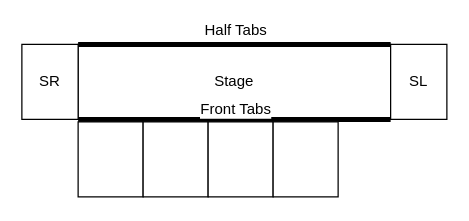
The draw.io diagram BHTC-Youth-Christmas-Showcase-2025.drawio in Oliver2081/lighting-plots, before the edit. Source tidied: cells renumbered, new cells numbered last; positions are measured from the earlier drawing's top-left corner, leaving out a move shared by most shapes. Both pictures are drawn from the tidied source at 125%, with x=0, y=0 at pixel (21, 44).
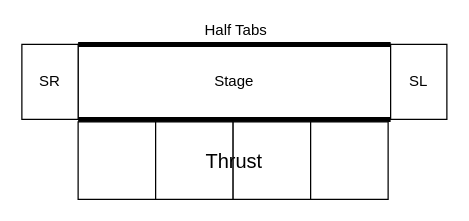
After the change.

Change to the diagram source:
```diff
@@
 <mxGraphModel>
   <root>
     <mxCell id="0" />
     <mxCell id="1" parent="0" />
     <mxCell id="2" value="Stage" style="whiteSpace=wrap;html=1;strokeColor=default;" parent="1" vertex="1">
       <mxGeometry x="45" width="250" height="60" as="geometry" />
     </mxCell>
     <mxCell id="3" value="SR" style="whiteSpace=wrap;html=1;strokeColor=light-dark(#000000,#FF3399);" parent="1" vertex="1">
       <mxGeometry width="45" height="60" as="geometry" />
     </mxCell>
     <mxCell id="4" value="SL" style="whiteSpace=wrap;html=1;strokeColor=light-dark(#000000,#FF3399);" parent="1" vertex="1">
       <mxGeometry x="295" width="45" height="60" as="geometry" />
     </mxCell>
     <mxCell id="5" style="edgeStyle=none;jettySize=auto;html=1;rounded=0;fontSize=12;startSize=8;endSize=8;curved=1;entryX=0;entryY=0;entryDx=0;entryDy=0;strokeColor=light-dark(#000000,#FFFF00);endArrow=none;endFill=0;exitX=0;exitY=0;exitDx=0;exitDy=0;strokeWidth=4;" parent="1" edge="1" source="2" target="4">
       <mxGeometry relative="1" as="geometry" />
     </mxCell>
     <mxCell id="6" value="Half Tabs" style="edgeLabel;html=1;align=center;verticalAlign=middle;fontSize=12;" parent="5" vertex="1">
       <mxGeometry x="0.44" relative="1" as="geometry">
         <mxPoint x="-55" y="-12" as="offset" />
       </mxGeometry>
     </mxCell>
     <mxCell id="7" style="edgeStyle=none;orthogonalLoop=1;jettySize=auto;html=1;rounded=0;fontSize=12;startSize=8;endSize=8;curved=1;entryX=0;entryY=0;entryDx=0;entryDy=0;strokeColor=light-dark(#000000,#FFFF00);endArrow=none;endFill=0;exitX=0;exitY=0;exitDx=0;exitDy=0;strokeWidth=4;" parent="1" edge="1">
       <mxGeometry relative="1" as="geometry">
         <mxPoint x="45" y="60" as="sourcePoint" />
         <mxPoint x="295" y="60" as="targetPoint" />
       </mxGeometry>
     </mxCell>
-    <mxCell id="8" value="Front Tabs" style="edgeLabel;html=1;align=center;verticalAlign=middle;fontSize=12;" parent="7" vertex="1">
-      <mxGeometry x="0.44" relative="1" as="geometry">
-        <mxPoint x="-55" y="-9" as="offset" />
-      </mxGeometry>
-    </mxCell>
     <mxCell id="9" style="whiteSpace=wrap;html=1;" parent="1" vertex="1">
-      <mxGeometry x="45" y="62" width="52" height="60" as="geometry" />
+      <mxGeometry x="45" y="62" width="62" height="62" as="geometry" />
     </mxCell>
-    <mxCell id="10" style="whiteSpace=wrap;html=1;" parent="1" vertex="1">
-      <mxGeometry x="97" y="62" width="52" height="60" as="geometry" />
-    </mxCell>
-    <mxCell id="11" style="whiteSpace=wrap;html=1;" parent="1" vertex="1">
-      <mxGeometry x="149" y="62" width="52" height="60" as="geometry" />
-    </mxCell>
-    <mxCell id="12" style="whiteSpace=wrap;html=1;" parent="1" vertex="1">
-      <mxGeometry x="201" y="62" width="52" height="60" as="geometry" />
-    </mxCell>
+    <mxCell id="13" style="whiteSpace=wrap;html=1;" parent="1" vertex="1">
+      <mxGeometry x="107" y="62" width="62" height="62" as="geometry" />
+    </mxCell>
+    <mxCell id="14" style="whiteSpace=wrap;html=1;" parent="1" vertex="1">
+      <mxGeometry x="169" y="62" width="62" height="62" as="geometry" />
+    </mxCell>
+    <mxCell id="15" style="whiteSpace=wrap;html=1;" parent="1" vertex="1">
+      <mxGeometry x="231" y="62" width="62" height="62" as="geometry" />
+    </mxCell>
+    <mxCell id="16" value="Thrust" style="text;html=1;whiteSpace=wrap;strokeColor=none;fillColor=none;align=center;verticalAlign=middle;rounded=0;fontSize=16;" parent="1" vertex="1">
+      <mxGeometry x="140" y="78" width="60" height="30" as="geometry" />
+    </mxCell>
   </root>
 </mxGraphModel>
```
